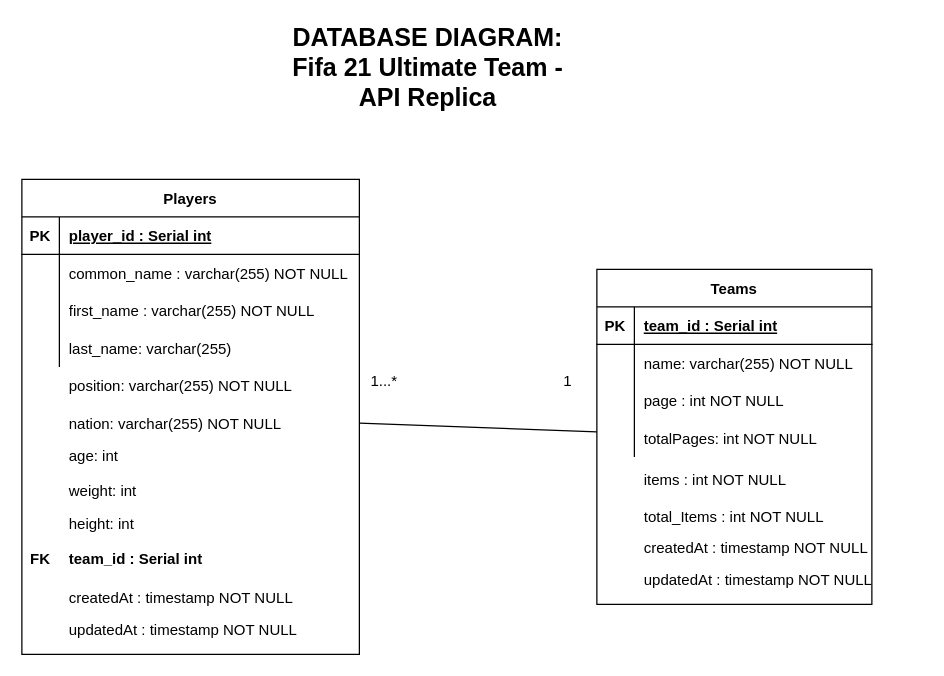
Before: page "EntityRelationshipDiagram" (2 of 4) of architecture/Fifa21_replica_diagrams.drawio in jigth/fifa21-api-replica, a draw.io diagram. Source tidied: cells renumbered, new cells numbered last; positions are measured from the earlier drawing's top-left corner, leaving out a move shared by most shapes. Both pictures are drawn from the tidied source at 125%, with x=0, y=0 at pixel (21, 54).
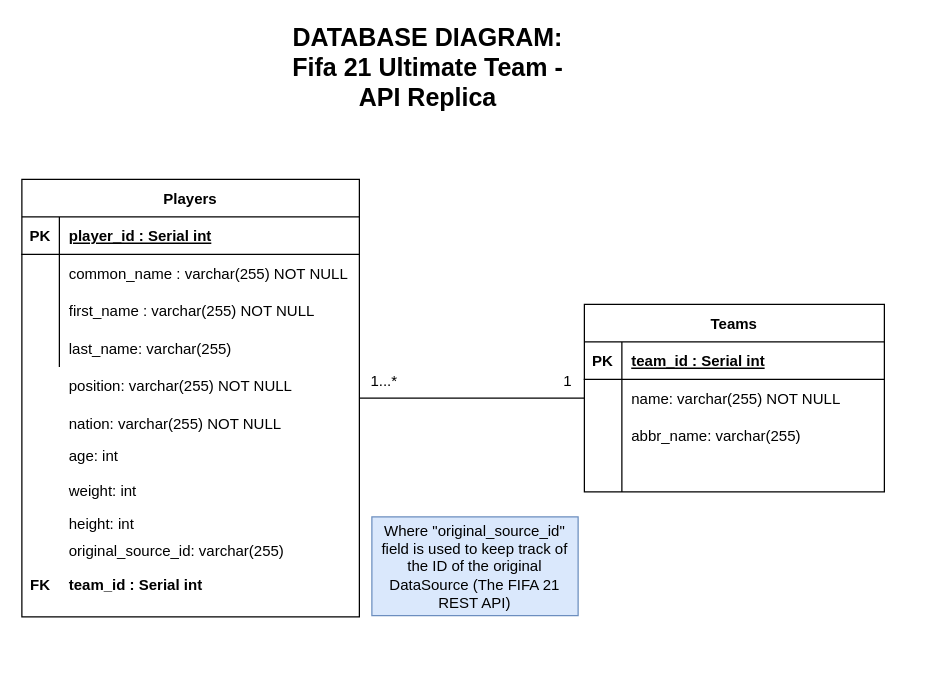
After the change.

Commit message (it also covers changes not shown here):
Script completed! Updating EntityRelationshipDiagram.

What changed in the source:
```diff
@@
     <mxCell id="5" value="Players" style="shape=table;startSize=30;childLayout=tableLayout;rowLines=0;fontStyle=1;align=center;" parent="1" vertex="1">
-      <mxGeometry y="100" width="270" height="380" as="geometry" />
+      <mxGeometry y="100" width="270" height="350" as="geometry" />
     </mxCell>
@@
     <mxCell id="23" value="FK" style="shape=partialRectangle;fillColor=none;top=0;left=0;bottom=0;right=0;fontStyle=1;overflow=hidden;" parent="1" vertex="1">
-      <mxGeometry y="388" width="30" height="30" as="geometry" />
+      <mxGeometry y="409" width="30" height="30" as="geometry" />
     </mxCell>
     <mxCell id="24" value="team_id : Serial int" style="shape=partialRectangle;fillColor=none;top=0;left=0;bottom=0;right=0;align=left;spacingLeft=6;fontStyle=1;overflow=hidden;" parent="1" vertex="1">
-      <mxGeometry x="30" y="388" width="190" height="30" as="geometry" />
+      <mxGeometry x="30" y="409" width="190" height="30" as="geometry" />
     </mxCell>
     <mxCell id="25" style="group;" parent="1" vertex="1">
-      <mxGeometry x="460" y="172" width="220" height="268" as="geometry" />
+      <mxGeometry x="460" y="172" width="260" height="268" as="geometry" />
     </mxCell>
     <mxCell id="26" value="Teams" style="shape=table;startSize=30;childLayout=tableLayout;rowLines=0;fontStyle=1;align=center;" parent="25" vertex="1">
-      <mxGeometry width="220" height="268" as="geometry" />
+      <mxGeometry x="-10" y="28" width="240" height="150" as="geometry" />
     </mxCell>
     <mxCell id="27" style="shape=partialRectangle;fillColor=none;top=0;left=0;bottom=1;right=0;" parent="26" vertex="1">
-      <mxGeometry y="30" width="220" height="30" as="geometry" />
+      <mxGeometry y="30" width="240" height="30" as="geometry" />
     </mxCell>
@@
     <mxCell id="29" value="team_id : Serial int" style="shape=partialRectangle;fillColor=none;top=0;left=0;bottom=0;right=0;align=left;spacingLeft=6;fontStyle=5;overflow=hidden;" parent="27" vertex="1">
-      <mxGeometry x="30" width="190" height="30" as="geometry" />
+      <mxGeometry x="30" width="210" height="30" as="geometry" />
     </mxCell>
     <mxCell id="30" style="shape=partialRectangle;fillColor=none;top=0;left=0;bottom=0;right=0;" parent="26" vertex="1">
-      <mxGeometry y="60" width="220" height="30" as="geometry" />
+      <mxGeometry y="60" width="240" height="30" as="geometry" />
     </mxCell>
@@
     <mxCell id="32" value="name: varchar(255) NOT NULL" style="shape=partialRectangle;fillColor=none;top=0;left=0;bottom=0;right=0;align=left;spacingLeft=6;overflow=hidden;" parent="30" vertex="1">
-      <mxGeometry x="30" width="190" height="30" as="geometry" />
+      <mxGeometry x="30" width="210" height="30" as="geometry" />
     </mxCell>
     <mxCell id="33" style="shape=partialRectangle;fillColor=none;top=0;left=0;bottom=0;right=0;" parent="26" vertex="1">
-      <mxGeometry y="90" width="220" height="30" as="geometry" />
+      <mxGeometry y="90" width="240" height="30" as="geometry" />
     </mxCell>
@@
-    <mxCell id="35" value="page : int NOT NULL" style="shape=partialRectangle;fillColor=none;top=0;left=0;bottom=0;right=0;align=left;spacingLeft=6;overflow=hidden;" parent="33" vertex="1">
-      <mxGeometry x="30" width="190" height="30" as="geometry" />
+    <mxCell id="35" style="shape=partialRectangle;fillColor=none;top=0;left=0;bottom=0;right=0;align=left;spacingLeft=6;overflow=hidden;" parent="33" vertex="1">
+      <mxGeometry x="30" width="210" height="30" as="geometry" />
     </mxCell>
     <mxCell id="36" style="shape=partialRectangle;fillColor=none;top=0;left=0;bottom=0;right=0;" parent="26" vertex="1">
-      <mxGeometry y="120" width="220" height="30" as="geometry" />
+      <mxGeometry y="120" width="240" height="30" as="geometry" />
     </mxCell>
@@
-    <mxCell id="38" value="totalPages: int NOT NULL" style="shape=partialRectangle;fillColor=none;top=0;left=0;bottom=0;right=0;align=left;spacingLeft=6;overflow=hidden;" parent="36" vertex="1">
-      <mxGeometry x="30" width="190" height="30" as="geometry" />
+    <mxCell id="38" style="shape=partialRectangle;fillColor=none;top=0;left=0;bottom=0;right=0;align=left;spacingLeft=6;overflow=hidden;" parent="36" vertex="1">
+      <mxGeometry x="30" width="210" height="30" as="geometry" />
     </mxCell>
-    <mxCell id="39" value="items : int NOT NULL" style="shape=partialRectangle;fillColor=none;top=0;left=0;bottom=0;right=0;align=left;spacingLeft=6;overflow=hidden;" parent="25" vertex="1">
-      <mxGeometry x="30" y="148" width="190" height="39.4" as="geometry" />
-    </mxCell>
-    <mxCell id="40" value="total_Items : int NOT NULL" style="shape=partialRectangle;fillColor=none;top=0;left=0;bottom=0;right=0;align=left;spacingLeft=6;overflow=hidden;" parent="25" vertex="1">
-      <mxGeometry x="30" y="178" width="190" height="39.4" as="geometry" />
-    </mxCell>
-    <mxCell id="41" value="updatedAt : timestamp NOT NULL" style="shape=partialRectangle;fillColor=none;top=0;left=0;bottom=0;right=0;align=left;spacingLeft=6;overflow=hidden;" parent="25" vertex="1">
-      <mxGeometry x="30" y="228.6" width="190" height="39.4" as="geometry" />
-    </mxCell>
-    <mxCell id="42" value="createdAt : timestamp NOT NULL" style="shape=partialRectangle;fillColor=none;top=0;left=0;bottom=0;right=0;align=left;spacingLeft=6;overflow=hidden;" parent="25" vertex="1">
-      <mxGeometry x="30" y="203" width="190" height="39.4" as="geometry" />
-    </mxCell>
+    <mxCell id="46" value="abbr_name: varchar(255) " style="shape=partialRectangle;fillColor=none;top=0;left=0;bottom=0;right=0;align=left;spacingLeft=6;overflow=hidden;" parent="25" vertex="1">
+      <mxGeometry x="20" y="118" width="220" height="30" as="geometry" />
+    </mxCell>
@@
-    <mxCell id="44" value="updatedAt : timestamp NOT NULL" style="shape=partialRectangle;fillColor=none;top=0;left=0;bottom=0;right=0;align=left;spacingLeft=6;overflow=hidden;" parent="1" vertex="1">
-      <mxGeometry x="30" y="440.6" width="190" height="39.4" as="geometry" />
-    </mxCell>
-    <mxCell id="45" value="createdAt : timestamp NOT NULL" style="shape=partialRectangle;fillColor=none;top=0;left=0;bottom=0;right=0;align=left;spacingLeft=6;overflow=hidden;" parent="1" vertex="1">
-      <mxGeometry x="30" y="415" width="190" height="39.4" as="geometry" />
-    </mxCell>
+    <mxCell id="47" value="original_source_id: varchar(255)" style="shape=partialRectangle;fillColor=none;top=0;left=0;bottom=0;right=0;align=left;spacingLeft=6;overflow=hidden;" parent="1" vertex="1">
+      <mxGeometry x="30" y="382" width="240" height="30" as="geometry" />
+    </mxCell>
+    <mxCell id="48" value="Where &quot;original_source_id&quot; field is used to keep track of the ID of the original DataSource (The FIFA 21 REST API)" style="text;html=1;strokeColor=#6c8ebf;fillColor=#dae8fc;align=center;verticalAlign=middle;whiteSpace=wrap;rounded=0;" parent="1" vertex="1">
+      <mxGeometry x="280" y="370" width="165" height="79" as="geometry" />
+    </mxCell>
```
